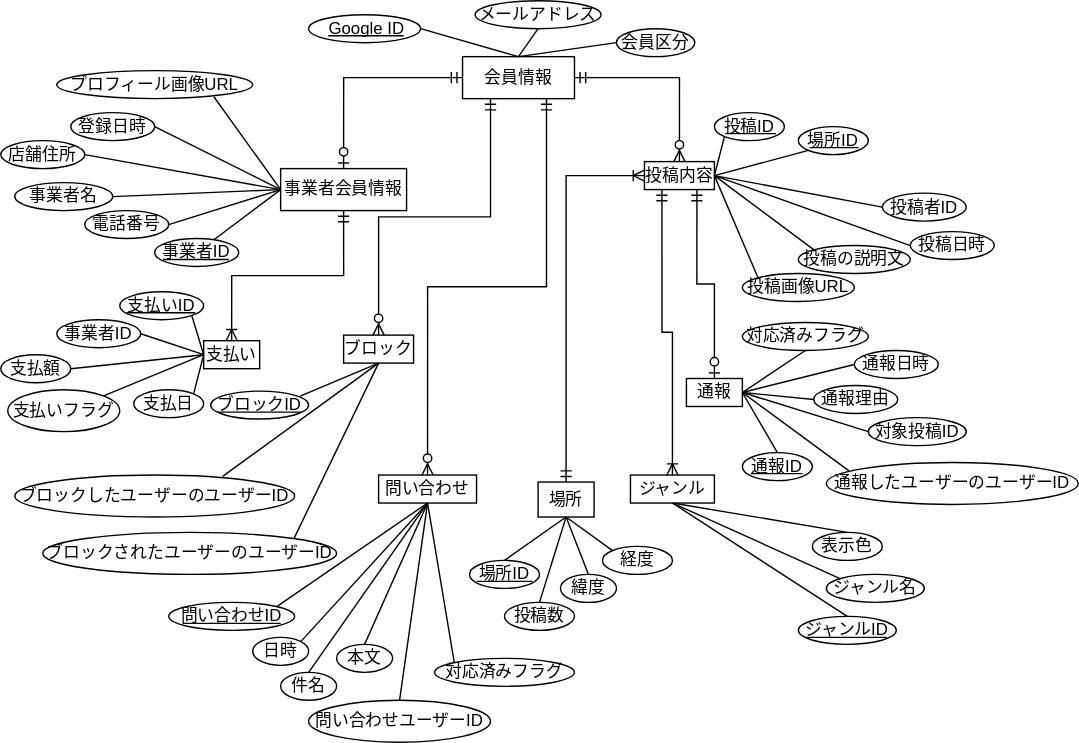
KUT-Group12/external-design keeps this draw.io diagram as sections/section8_database.svg. Above is the earlier version. Source tidied: cells renumbered, new cells last; positions are measured from the earlier drawing's top-left corner, leaving out a move shared by most shapes.
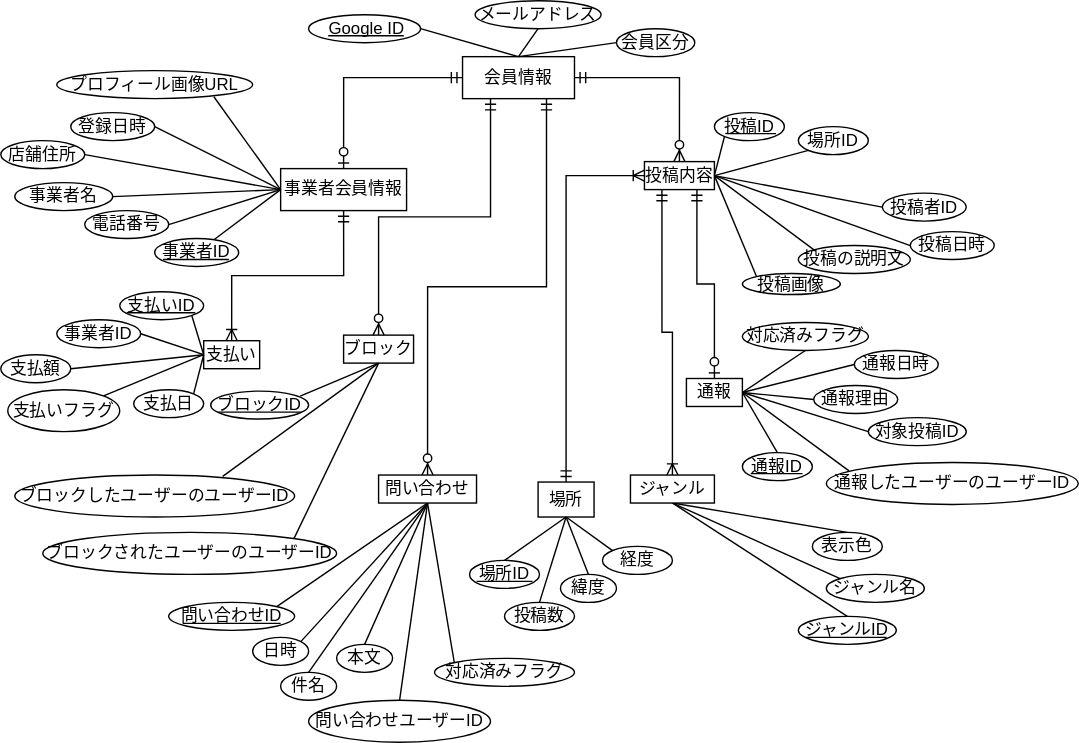
The same diagram one commit later.

Commit message:
docs : 投稿内容の場所IDを主キーじゃなくしました

Diff of the diagram source:
```diff
@@ -132,8 +132,8 @@
     <mxCell id="43" value="投稿の説明文" style="ellipse;whiteSpace=wrap;html=1;align=center;" parent="39" vertex="1">
       <mxGeometry x="110" y="95" width="80" height="20" as="geometry" />
     </mxCell>
-    <mxCell id="44" value="投稿画像URL" style="ellipse;whiteSpace=wrap;html=1;align=center;" parent="39" vertex="1">
-      <mxGeometry x="70" y="115" width="80" height="20" as="geometry" />
+    <mxCell id="44" value="投稿画像" style="ellipse;whiteSpace=wrap;html=1;align=center;" parent="39" vertex="1">
+      <mxGeometry x="70" y="115" width="70" height="15" as="geometry" />
     </mxCell>
     <mxCell id="45" value="投稿日時" style="ellipse;whiteSpace=wrap;html=1;align=center;" parent="39" vertex="1">
       <mxGeometry x="190" y="85" width="60" height="20" as="geometry" />
@@ -163,9 +163,6 @@
     <mxCell id="52" style="endArrow=none;html=1;rounded=0;entryX=0;entryY=1;entryDx=0;entryDy=0;exitX=1;exitY=0.5;exitDx=0;exitDy=0;" parent="39" edge="1" source="40" target="51">
       <mxGeometry relative="1" as="geometry" />
     </mxCell>
-    <mxCell id="53" style="line;strokeWidth=1;dashed=0;labelPosition=right;align=left;verticalAlign=middle;spacingTop=0;spacingLeft=6;" parent="39" vertex="1">
-      <mxGeometry x="118" y="20" width="35" height="10" as="geometry" />
-    </mxCell>
     <mxCell id="54" style="line;strokeWidth=1;dashed=0;labelPosition=right;align=left;verticalAlign=middle;spacingTop=0;spacingLeft=6;" parent="39" vertex="1">
       <mxGeometry x="58" y="10" width="36" height="10" as="geometry" />
     </mxCell>
```
